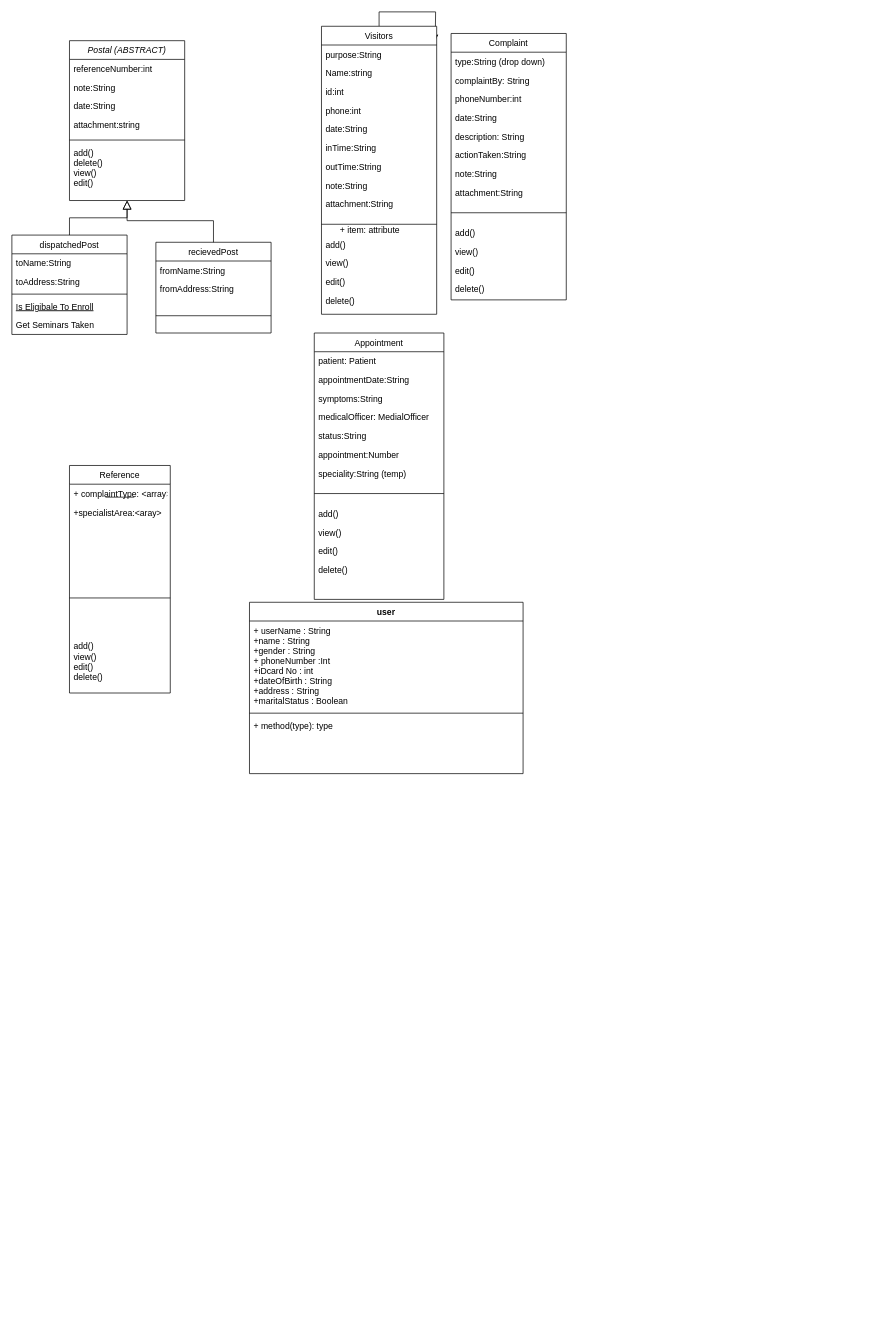
Above: Untitled Diagram.drawio in sajath-45/hospital-managment-system-Java-Project (draw.io), before the change. Source tidied: cells renumbered, new cells numbered last; positions are measured from the earlier drawing's top-left corner, leaving out a move shared by most shapes. Both pictures are drawn from the tidied source at 72%, with x=0, y=0 at pixel (12, 26).
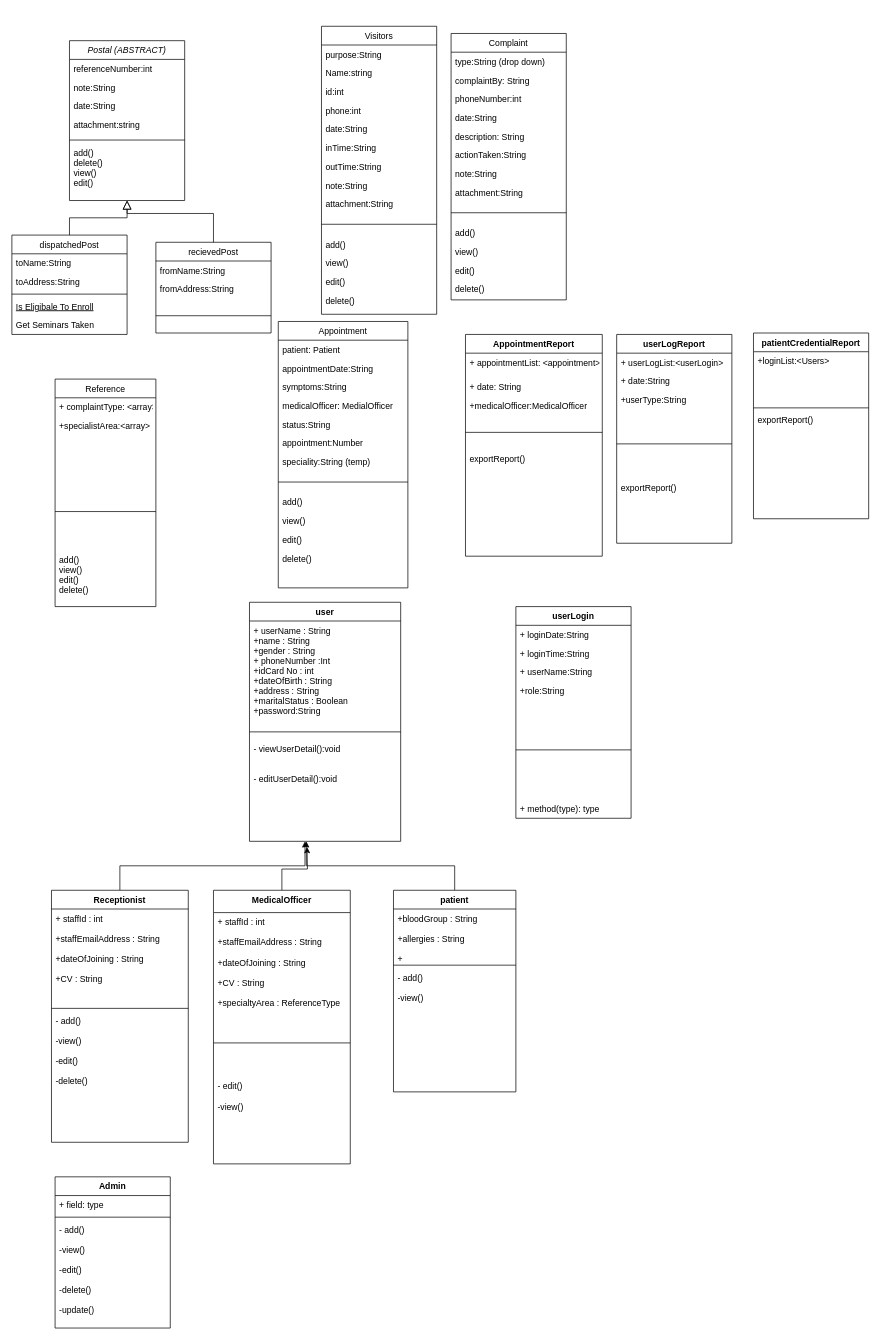
Above is the later version.

The change refers to these unchanged cells:
```xml
<mxCell id="2" value="Postal (ABSTRACT)" style="swimlane;fontStyle=2;align=center;verticalAlign=top;horizontal=1;startSize=26;rounded=0;shadow=0;strokeWidth=1;" parent="1" vertex="1">
  <mxGeometry x="80" y="20" width="160" height="222" as="geometry" />
</mxCell>
<mxCell id="16" value="recievedPost" style="swimlane;fontStyle=0;align=center;verticalAlign=top;horizontal=1;startSize=26;rounded=0;shadow=0;strokeWidth=1;" parent="1" vertex="1">
  <mxGeometry x="200" y="300" width="160" height="126" as="geometry" />
</mxCell>
<mxCell id="22" value="Visitors" style="swimlane;fontStyle=0;align=center;verticalAlign=top;horizontal=1;startSize=26;rounded=0;shadow=0;strokeWidth=1;" parent="1" vertex="1">
  <mxGeometry x="430" width="160" height="400" as="geometry" />
</mxCell>
```

What changed in the source:
```diff
@@
     <mxCell id="20" style="endArrow=block;endSize=10;endFill=0;shadow=0;strokeWidth=1;rounded=0;edgeStyle=elbowEdgeStyle;elbow=vertical;" parent="1" edge="1" source="16" target="2">
       <mxGeometry relative="1" as="geometry">
         <Array as="points">
+          <mxPoint x="160" y="260" />
           <mxPoint x="160" y="270" />
           <mxPoint x="160" y="270" />
           <mxPoint x="160" y="240" />
           <mxPoint x="160" y="230" />
         </Array>
       </mxGeometry>
     </mxCell>
-    <mxCell id="21" style="edgeStyle=orthogonalEdgeStyle;rounded=0;jettySize=auto;html=1;exitX=0.5;exitY=0;exitDx=0;exitDy=0;" parent="1" edge="1" source="22">
-      <mxGeometry relative="1" as="geometry">
-        <mxPoint x="588" y="20" as="targetPoint" />
-      </mxGeometry>
-    </mxCell>
@@
     <mxCell id="51" value="Appointment" style="swimlane;fontStyle=0;align=center;verticalAlign=top;horizontal=1;startSize=26;rounded=0;shadow=0;strokeWidth=1;" parent="1" vertex="1">
-      <mxGeometry x="420" y="426" width="180" height="370" as="geometry" />
+      <mxGeometry x="370" y="410" width="180" height="370" as="geometry" />
     </mxCell>
@@
-    <mxCell id="64" value="+ item: attribute" style="text;strokeColor=none;fillColor=none;align=left;verticalAlign=top;spacingLeft=4;spacingRight=4;overflow=hidden;" parent="1" vertex="1">
-      <mxGeometry x="450" y="270" width="100" height="26" as="geometry" />
-    </mxCell>
     <mxCell id="65" value="Reference" style="swimlane;fontStyle=0;horizontal=1;startSize=26;fillColor=none;" parent="1" vertex="1">
-      <mxGeometry x="80" y="610" width="140" height="316" as="geometry" />
+      <mxGeometry x="60" y="490" width="140" height="316" as="geometry" />
     </mxCell>
@@
-    <mxCell id="67" value="+specialistArea:&lt;aray&gt;" style="text;strokeColor=none;fillColor=none;align=left;verticalAlign=top;spacingLeft=4;spacingRight=4;overflow=hidden;" parent="65" vertex="1">
+    <mxCell id="67" value="+specialistArea:&lt;array&gt;" style="text;strokeColor=none;fillColor=none;align=left;verticalAlign=top;spacingLeft=4;spacingRight=4;overflow=hidden;" parent="65" vertex="1">
       <mxGeometry y="52" width="140" height="78" as="geometry" />
     </mxCell>
@@
-    <mxCell id="70" style="line;strokeWidth=1;fillColor=none;align=left;verticalAlign=middle;spacingTop=-1;spacingLeft=3;spacingRight=3;labelPosition=right;" parent="1" vertex="1">
-      <mxGeometry x="130" y="650" width="40" height="8" as="geometry" />
-    </mxCell>
     <mxCell id="71" value="user" style="swimlane;fontStyle=1;align=center;verticalAlign=top;horizontal=1;startSize=26;" parent="1" vertex="1">
-      <mxGeometry x="330" y="800" width="380" height="238" as="geometry" />
+      <mxGeometry x="330" y="800" width="210" height="332" as="geometry" />
     </mxCell>
-    <mxCell id="72" value="+ userName : String&#10;+name : String &#10;+gender : String&#10;+ phoneNumber :Int&#10;+iDcard No : int&#10;+dateOfBirth : String&#10;+address : String&#10;+maritalStatus : Boolean&#10;&#10;" style="text;strokeColor=none;fillColor=none;align=left;verticalAlign=top;spacingLeft=4;spacingRight=4;overflow=hidden;" parent="71" vertex="1">
-      <mxGeometry y="26" width="380" height="124" as="geometry" />
+    <mxCell id="72" value="+ userName : String&#10;+name : String &#10;+gender : String&#10;+ phoneNumber :Int&#10;+idCard No : int&#10;+dateOfBirth : String&#10;+address : String&#10;+maritalStatus : Boolean&#10;+password:String&#10;&#10;" style="text;strokeColor=none;fillColor=none;align=left;verticalAlign=top;spacingLeft=4;spacingRight=4;overflow=hidden;" parent="71" vertex="1">
+      <mxGeometry y="26" width="210" height="144" as="geometry" />
     </mxCell>
     <mxCell id="73" style="line;strokeWidth=1;fillColor=none;align=left;verticalAlign=middle;spacingTop=-1;spacingLeft=3;spacingRight=3;labelPosition=right;" parent="71" vertex="1">
-      <mxGeometry y="150" width="380" height="8" as="geometry" />
+      <mxGeometry y="170" width="210" height="20" as="geometry" />
     </mxCell>
-    <mxCell id="74" value="+ method(type): type" style="text;strokeColor=none;fillColor=none;align=left;verticalAlign=top;spacingLeft=4;spacingRight=4;overflow=hidden;points=[[0,0.5],[1,0.5]];portConstraint=eastwest;" parent="71" vertex="1">
-      <mxGeometry y="158" width="380" height="80" as="geometry" />
+    <mxCell id="74" value="- viewUserDetail():void&#10;&#10;&#10;- editUserDetail():void" style="text;strokeColor=none;fillColor=none;align=left;verticalAlign=top;spacingLeft=4;spacingRight=4;overflow=hidden;points=[[0,0.5],[1,0.5]];portConstraint=eastwest;" parent="71" vertex="1">
+      <mxGeometry y="190" width="210" height="142" as="geometry" />
     </mxCell>
+    <mxCell id="75" style="edgeStyle=orthogonalEdgeStyle;rounded=0;jettySize=auto;html=1;exitX=0.5;exitY=0;exitDx=0;exitDy=0;entryX=0.367;entryY=1;entryDx=0;entryDy=0;entryPerimeter=0;" parent="1" edge="1" source="76" target="74">
+      <mxGeometry relative="1" as="geometry" />
+    </mxCell>
+    <mxCell id="76" value="Receptionist" style="swimlane;fontStyle=1;align=center;verticalAlign=top;horizontal=1;startSize=26;" parent="1" vertex="1">
+      <mxGeometry x="55" y="1200" width="190" height="350" as="geometry" />
+    </mxCell>
+    <mxCell id="77" value="+ staffId : int&#10;&#10;+staffEmailAddress : String&#10;&#10;+dateOfJoining : String&#10;&#10;+CV : String&#10;&#10;&#10;" style="text;strokeColor=none;fillColor=none;align=left;verticalAlign=top;spacingLeft=4;spacingRight=4;overflow=hidden;" parent="76" vertex="1">
+      <mxGeometry y="26" width="190" height="134" as="geometry" />
+    </mxCell>
+    <mxCell id="78" style="line;strokeWidth=1;fillColor=none;align=left;verticalAlign=middle;spacingTop=-1;spacingLeft=3;spacingRight=3;labelPosition=right;" parent="76" vertex="1">
+      <mxGeometry y="160" width="190" height="8" as="geometry" />
+    </mxCell>
+    <mxCell id="79" value="- add()&#10;&#10;-view()&#10;&#10;-edit()&#10;&#10;-delete()" style="text;strokeColor=none;fillColor=none;align=left;verticalAlign=top;spacingLeft=4;spacingRight=4;overflow=hidden;" parent="76" vertex="1">
+      <mxGeometry y="168" width="190" height="182" as="geometry" />
+    </mxCell>
+    <mxCell id="80" style="edgeStyle=orthogonalEdgeStyle;rounded=0;jettySize=auto;html=1;exitX=0.5;exitY=0;exitDx=0;exitDy=0;" parent="1" edge="1" source="81">
+      <mxGeometry relative="1" as="geometry">
+        <mxPoint x="410" y="1140" as="targetPoint" />
+      </mxGeometry>
+    </mxCell>
+    <mxCell id="81" value="MedicalOfficer" style="swimlane;fontStyle=1;align=center;verticalAlign=top;horizontal=1;startSize=31;" parent="1" vertex="1">
+      <mxGeometry x="280" y="1200" width="190" height="380" as="geometry" />
+    </mxCell>
+    <mxCell id="82" value="+ staffId : int&#10;&#10;+staffEmailAddress : String&#10;&#10;+dateOfJoining : String&#10;&#10;+CV : String&#10;&#10;+specialtyArea : ReferenceType&#10;" style="text;strokeColor=none;fillColor=none;align=left;verticalAlign=top;spacingLeft=4;spacingRight=4;overflow=hidden;" parent="81" vertex="1">
+      <mxGeometry y="31" width="190" height="134" as="geometry" />
+    </mxCell>
+    <mxCell id="83" style="line;strokeWidth=1;fillColor=none;align=left;verticalAlign=middle;spacingTop=-1;spacingLeft=3;spacingRight=3;labelPosition=right;" parent="81" vertex="1">
+      <mxGeometry y="165" width="190" height="94" as="geometry" />
+    </mxCell>
+    <mxCell id="84" value="- edit()&#10;&#10;-view()&#10;&#10;&#10;&#10;" style="text;strokeColor=none;fillColor=none;align=left;verticalAlign=top;spacingLeft=4;spacingRight=4;overflow=hidden;" parent="81" vertex="1">
+      <mxGeometry y="259" width="190" height="121" as="geometry" />
+    </mxCell>
+    <mxCell id="85" style="edgeStyle=orthogonalEdgeStyle;rounded=0;jettySize=auto;html=1;entryX=0.376;entryY=1;entryDx=0;entryDy=0;entryPerimeter=0;" parent="1" edge="1" source="86" target="74">
+      <mxGeometry relative="1" as="geometry" />
+    </mxCell>
+    <mxCell id="86" value="patient" style="swimlane;fontStyle=1;align=center;verticalAlign=top;horizontal=1;startSize=26;" parent="1" vertex="1">
+      <mxGeometry x="530" y="1200" width="170" height="280" as="geometry" />
+    </mxCell>
+    <mxCell id="87" value="+bloodGroup : String&#10;&#10;+allergies : String&#10;&#10;+&#10;&#10;" style="text;strokeColor=none;fillColor=none;align=left;verticalAlign=top;spacingLeft=4;spacingRight=4;overflow=hidden;" parent="86" vertex="1">
+      <mxGeometry y="26" width="170" height="74" as="geometry" />
+    </mxCell>
+    <mxCell id="88" style="line;strokeWidth=1;fillColor=none;align=left;verticalAlign=middle;spacingTop=-1;spacingLeft=3;spacingRight=3;labelPosition=right;" parent="86" vertex="1">
+      <mxGeometry y="100" width="170" height="8" as="geometry" />
+    </mxCell>
+    <mxCell id="89" value="- add()&#10;&#10;-view()" style="text;strokeColor=none;fillColor=none;align=left;verticalAlign=top;spacingLeft=4;spacingRight=4;overflow=hidden;" parent="86" vertex="1">
+      <mxGeometry y="108" width="170" height="172" as="geometry" />
+    </mxCell>
+    <mxCell id="90" value="AppointmentReport" style="swimlane;fontStyle=1;align=center;verticalAlign=top;horizontal=1;startSize=26;" parent="1" vertex="1">
+      <mxGeometry x="630" y="428" width="190" height="308" as="geometry" />
+    </mxCell>
+    <mxCell id="91" value="+ appointmentList: &lt;appointment&gt;" style="text;strokeColor=none;fillColor=none;align=left;verticalAlign=top;spacingLeft=4;spacingRight=4;overflow=hidden;" parent="90" vertex="1">
+      <mxGeometry y="26" width="190" height="34" as="geometry" />
+    </mxCell>
+    <mxCell id="92" value="+ date: String" style="text;strokeColor=none;fillColor=none;align=left;verticalAlign=top;spacingLeft=4;spacingRight=4;overflow=hidden;" parent="90" vertex="1">
+      <mxGeometry y="60" width="190" height="26" as="geometry" />
+    </mxCell>
+    <mxCell id="93" value="+medicalOfficer:MedicalOfficer" style="text;strokeColor=none;fillColor=none;align=left;verticalAlign=top;spacingLeft=4;spacingRight=4;overflow=hidden;" parent="90" vertex="1">
+      <mxGeometry y="86" width="190" height="26" as="geometry" />
+    </mxCell>
+    <mxCell id="94" style="line;strokeWidth=1;fillColor=none;align=left;verticalAlign=middle;spacingTop=-1;spacingLeft=3;spacingRight=3;labelPosition=right;" parent="90" vertex="1">
+      <mxGeometry y="112" width="190" height="48" as="geometry" />
+    </mxCell>
+    <mxCell id="95" value="exportReport()" style="text;strokeColor=none;fillColor=none;align=left;verticalAlign=top;spacingLeft=4;spacingRight=4;overflow=hidden;" parent="90" vertex="1">
+      <mxGeometry y="160" width="190" height="148" as="geometry" />
+    </mxCell>
+    <mxCell id="96" value="userLogReport" style="swimlane;fontStyle=1;align=center;verticalAlign=top;horizontal=1;startSize=26;" parent="1" vertex="1">
+      <mxGeometry x="840" y="428" width="160" height="290" as="geometry" />
+    </mxCell>
+    <mxCell id="97" value="+ userLogList:&lt;userLogin&gt;" style="text;strokeColor=none;fillColor=none;align=left;verticalAlign=top;spacingLeft=4;spacingRight=4;overflow=hidden;" parent="96" vertex="1">
+      <mxGeometry y="26" width="160" height="26" as="geometry" />
+    </mxCell>
+    <mxCell id="98" value="+ date:String" style="text;strokeColor=none;fillColor=none;align=left;verticalAlign=top;spacingLeft=4;spacingRight=4;overflow=hidden;" parent="96" vertex="1">
+      <mxGeometry y="52" width="160" height="26" as="geometry" />
+    </mxCell>
+    <mxCell id="99" value="+userType:String" style="text;strokeColor=none;fillColor=none;align=left;verticalAlign=top;spacingLeft=4;spacingRight=4;overflow=hidden;" parent="96" vertex="1">
+      <mxGeometry y="78" width="160" height="26" as="geometry" />
+    </mxCell>
+    <mxCell id="100" style="line;strokeWidth=1;fillColor=none;align=left;verticalAlign=middle;spacingTop=-1;spacingLeft=3;spacingRight=3;labelPosition=right;" parent="96" vertex="1">
+      <mxGeometry y="104" width="160" height="96" as="geometry" />
+    </mxCell>
+    <mxCell id="101" value="exportReport()" style="text;strokeColor=none;fillColor=none;align=left;verticalAlign=top;spacingLeft=4;spacingRight=4;overflow=hidden;" parent="96" vertex="1">
+      <mxGeometry y="200" width="160" height="90" as="geometry" />
+    </mxCell>
+    <mxCell id="102" value="patientCredentialReport" style="swimlane;fontStyle=1;align=center;verticalAlign=top;horizontal=1;startSize=26;" parent="1" vertex="1">
+      <mxGeometry x="1030" y="426" width="160" height="258" as="geometry" />
+    </mxCell>
+    <mxCell id="103" value="+loginList:&lt;Users&gt;" style="text;strokeColor=none;fillColor=none;align=left;verticalAlign=top;spacingLeft=4;spacingRight=4;overflow=hidden;" parent="102" vertex="1">
+      <mxGeometry y="26" width="160" height="74" as="geometry" />
+    </mxCell>
+    <mxCell id="104" style="line;strokeWidth=1;fillColor=none;align=left;verticalAlign=middle;spacingTop=-1;spacingLeft=3;spacingRight=3;labelPosition=right;" parent="102" vertex="1">
+      <mxGeometry y="100" width="160" height="8" as="geometry" />
+    </mxCell>
+    <mxCell id="105" value="exportReport()" style="text;strokeColor=none;fillColor=none;align=left;verticalAlign=top;spacingLeft=4;spacingRight=4;overflow=hidden;" parent="102" vertex="1">
+      <mxGeometry y="108" width="160" height="150" as="geometry" />
+    </mxCell>
+    <mxCell id="106" value="userLogin" style="swimlane;fontStyle=1;align=center;verticalAlign=top;horizontal=1;startSize=26;" parent="1" vertex="1">
+      <mxGeometry x="700" y="806" width="160" height="294" as="geometry" />
+    </mxCell>
+    <mxCell id="107" value="+ loginDate:String" style="text;strokeColor=none;fillColor=none;align=left;verticalAlign=top;spacingLeft=4;spacingRight=4;overflow=hidden;" parent="106" vertex="1">
+      <mxGeometry y="26" width="160" height="26" as="geometry" />
+    </mxCell>
+    <mxCell id="108" value="+ loginTime:String" style="text;strokeColor=none;fillColor=none;align=left;verticalAlign=top;spacingLeft=4;spacingRight=4;overflow=hidden;" parent="106" vertex="1">
+      <mxGeometry y="52" width="160" height="26" as="geometry" />
+    </mxCell>
+    <mxCell id="109" value="+ userName:String" style="text;strokeColor=none;fillColor=none;align=left;verticalAlign=top;spacingLeft=4;spacingRight=4;overflow=hidden;" parent="106" vertex="1">
+      <mxGeometry y="78" width="160" height="26" as="geometry" />
+    </mxCell>
+    <mxCell id="110" value="+role:String" style="text;strokeColor=none;fillColor=none;align=left;verticalAlign=top;spacingLeft=4;spacingRight=4;overflow=hidden;" parent="106" vertex="1">
+      <mxGeometry y="104" width="160" height="26" as="geometry" />
+    </mxCell>
+    <mxCell id="111" style="line;strokeWidth=1;fillColor=none;align=left;verticalAlign=middle;spacingTop=-1;spacingLeft=3;spacingRight=3;labelPosition=right;" parent="106" vertex="1">
+      <mxGeometry y="130" width="160" height="138" as="geometry" />
+    </mxCell>
+    <mxCell id="112" value="+ method(type): type" style="text;strokeColor=none;fillColor=none;align=left;verticalAlign=top;spacingLeft=4;spacingRight=4;overflow=hidden;" parent="106" vertex="1">
+      <mxGeometry y="268" width="160" height="26" as="geometry" />
+    </mxCell>
+    <mxCell id="113" value="Admin" style="swimlane;fontStyle=1;align=center;verticalAlign=top;horizontal=1;startSize=26;" parent="1" vertex="1">
+      <mxGeometry x="60" y="1598" width="160" height="210" as="geometry" />
+    </mxCell>
+    <mxCell id="114" value="+ field: type" style="text;strokeColor=none;fillColor=none;align=left;verticalAlign=top;spacingLeft=4;spacingRight=4;overflow=hidden;" parent="113" vertex="1">
+      <mxGeometry y="26" width="160" height="26" as="geometry" />
+    </mxCell>
+    <mxCell id="115" style="line;strokeWidth=1;fillColor=none;align=left;verticalAlign=middle;spacingTop=-1;spacingLeft=3;spacingRight=3;labelPosition=right;" parent="113" vertex="1">
+      <mxGeometry y="52" width="160" height="8" as="geometry" />
+    </mxCell>
+    <mxCell id="116" value="- add()&#10;&#10;-view()&#10;&#10;-edit()&#10;&#10;-delete()&#10;&#10;-update()&#10;&#10;&#10;" style="text;strokeColor=none;fillColor=none;align=left;verticalAlign=top;spacingLeft=4;spacingRight=4;overflow=hidden;" parent="113" vertex="1">
+      <mxGeometry y="60" width="160" height="150" as="geometry" />
+    </mxCell>
```
